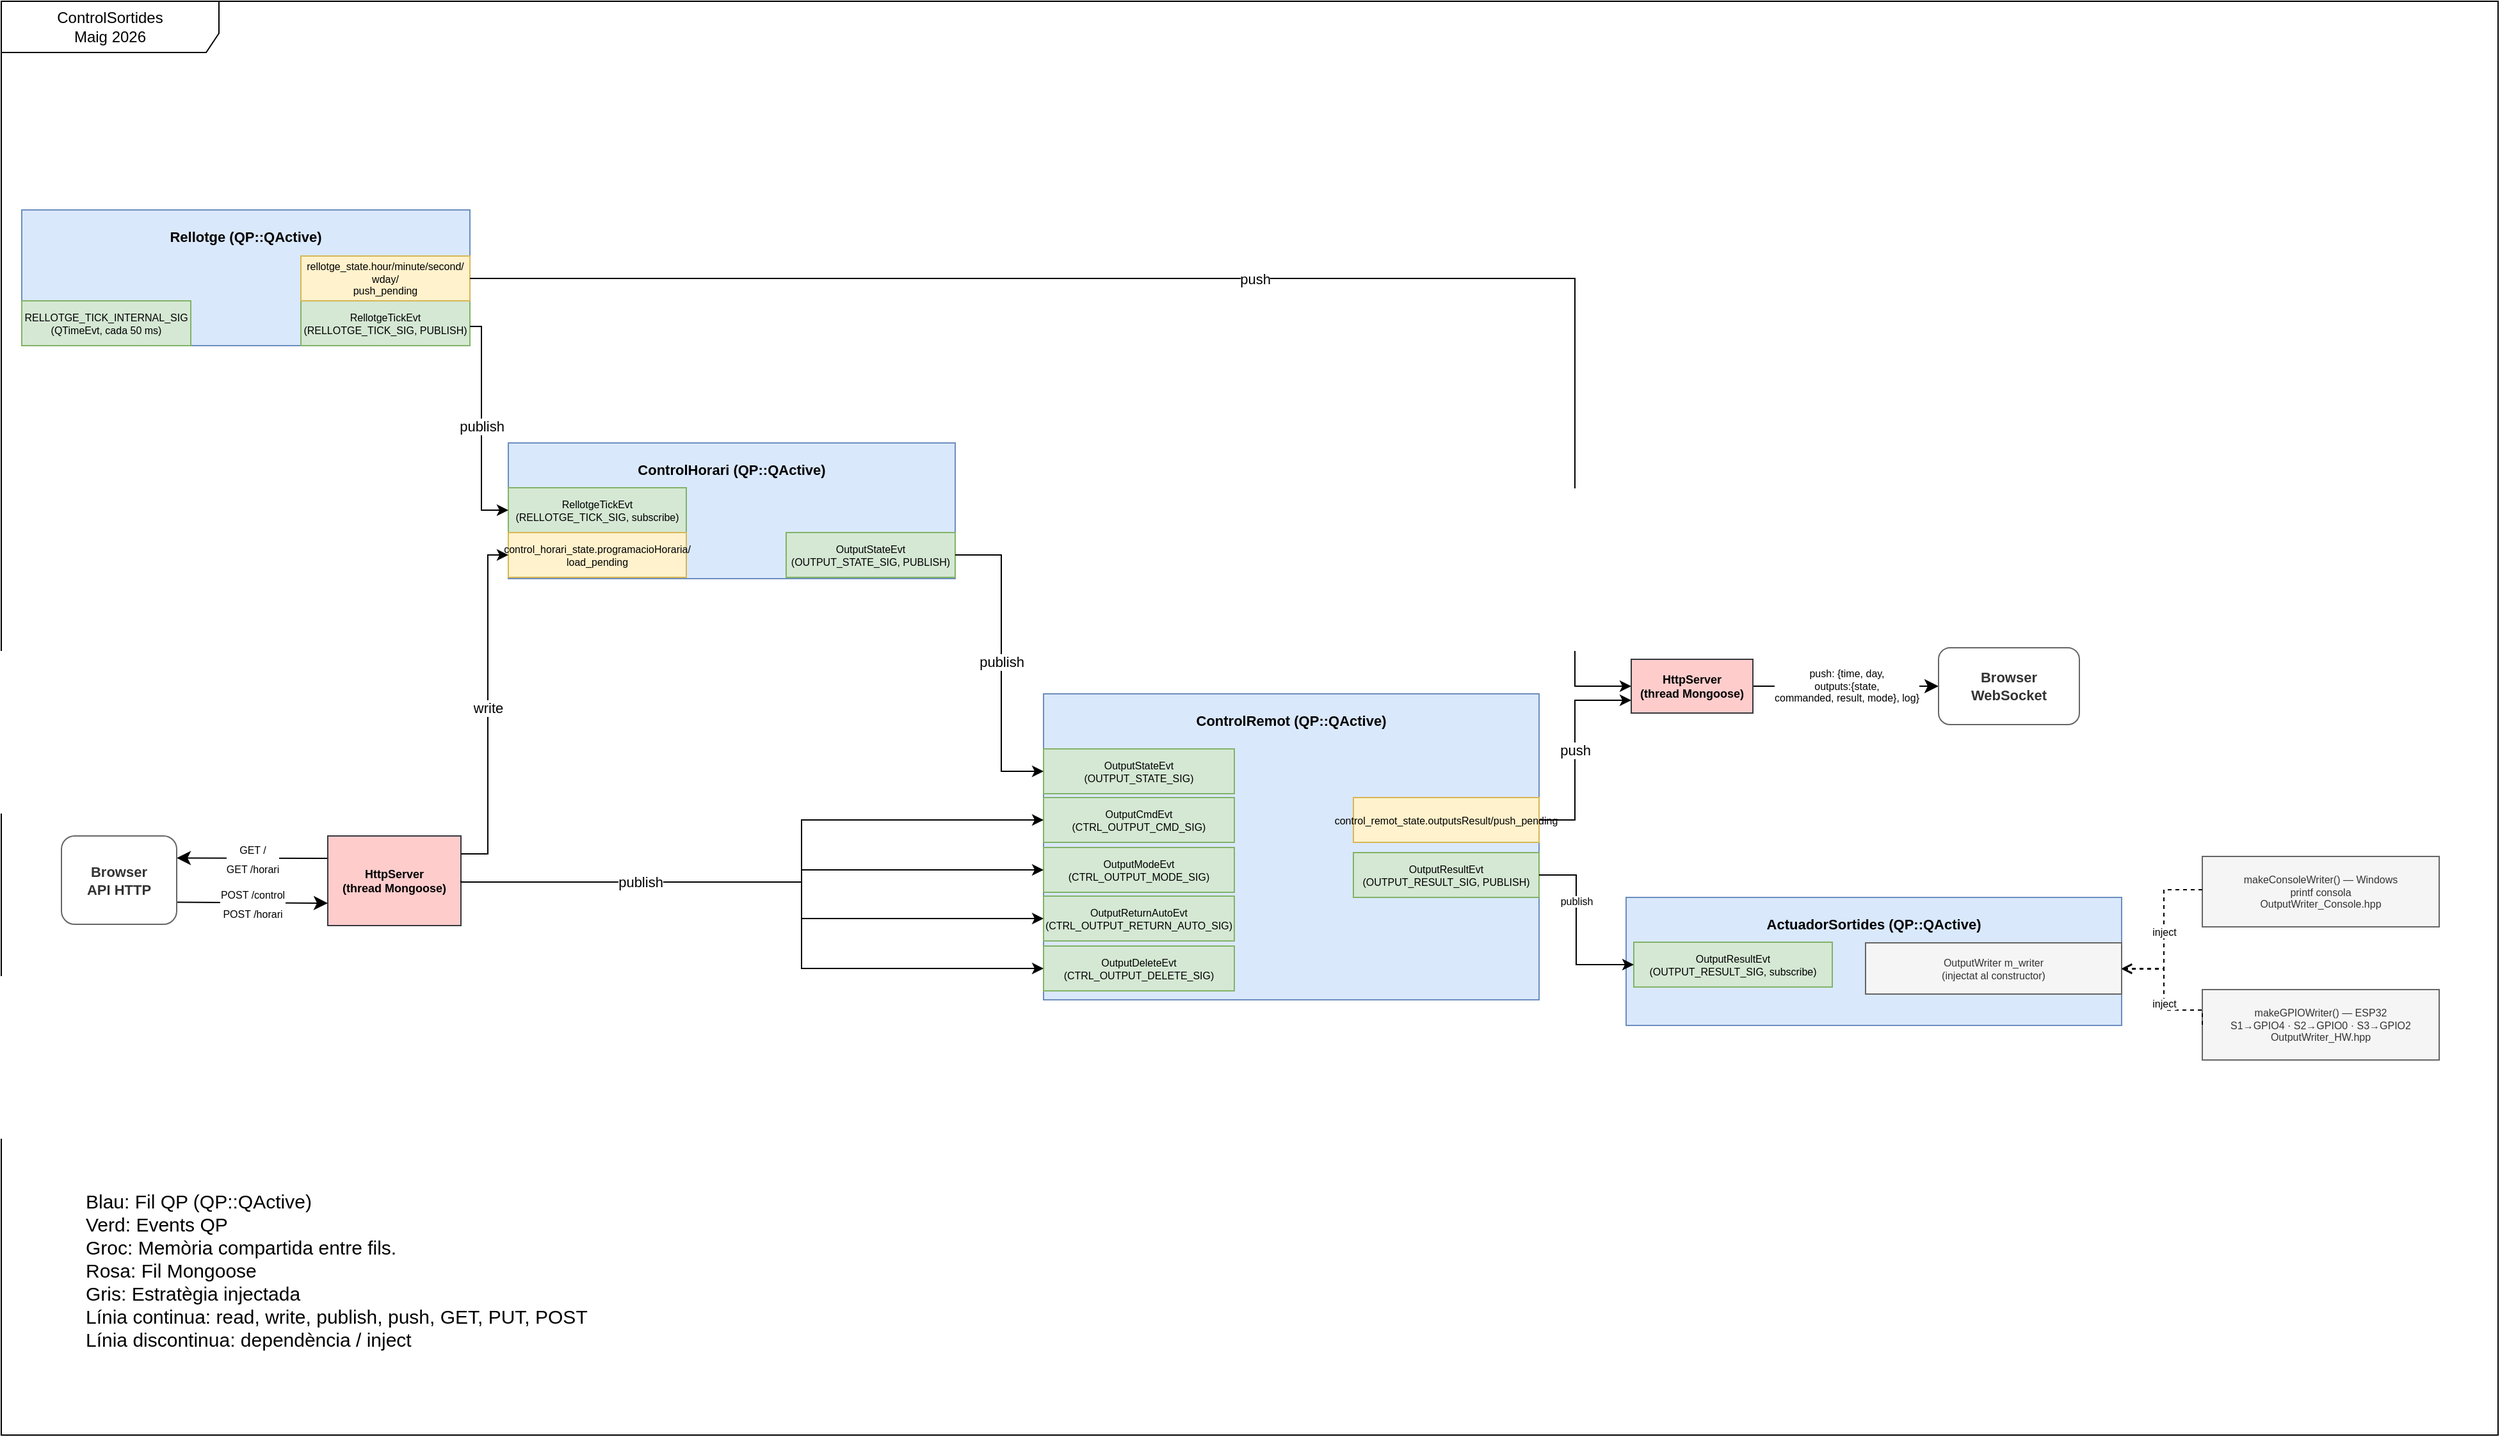
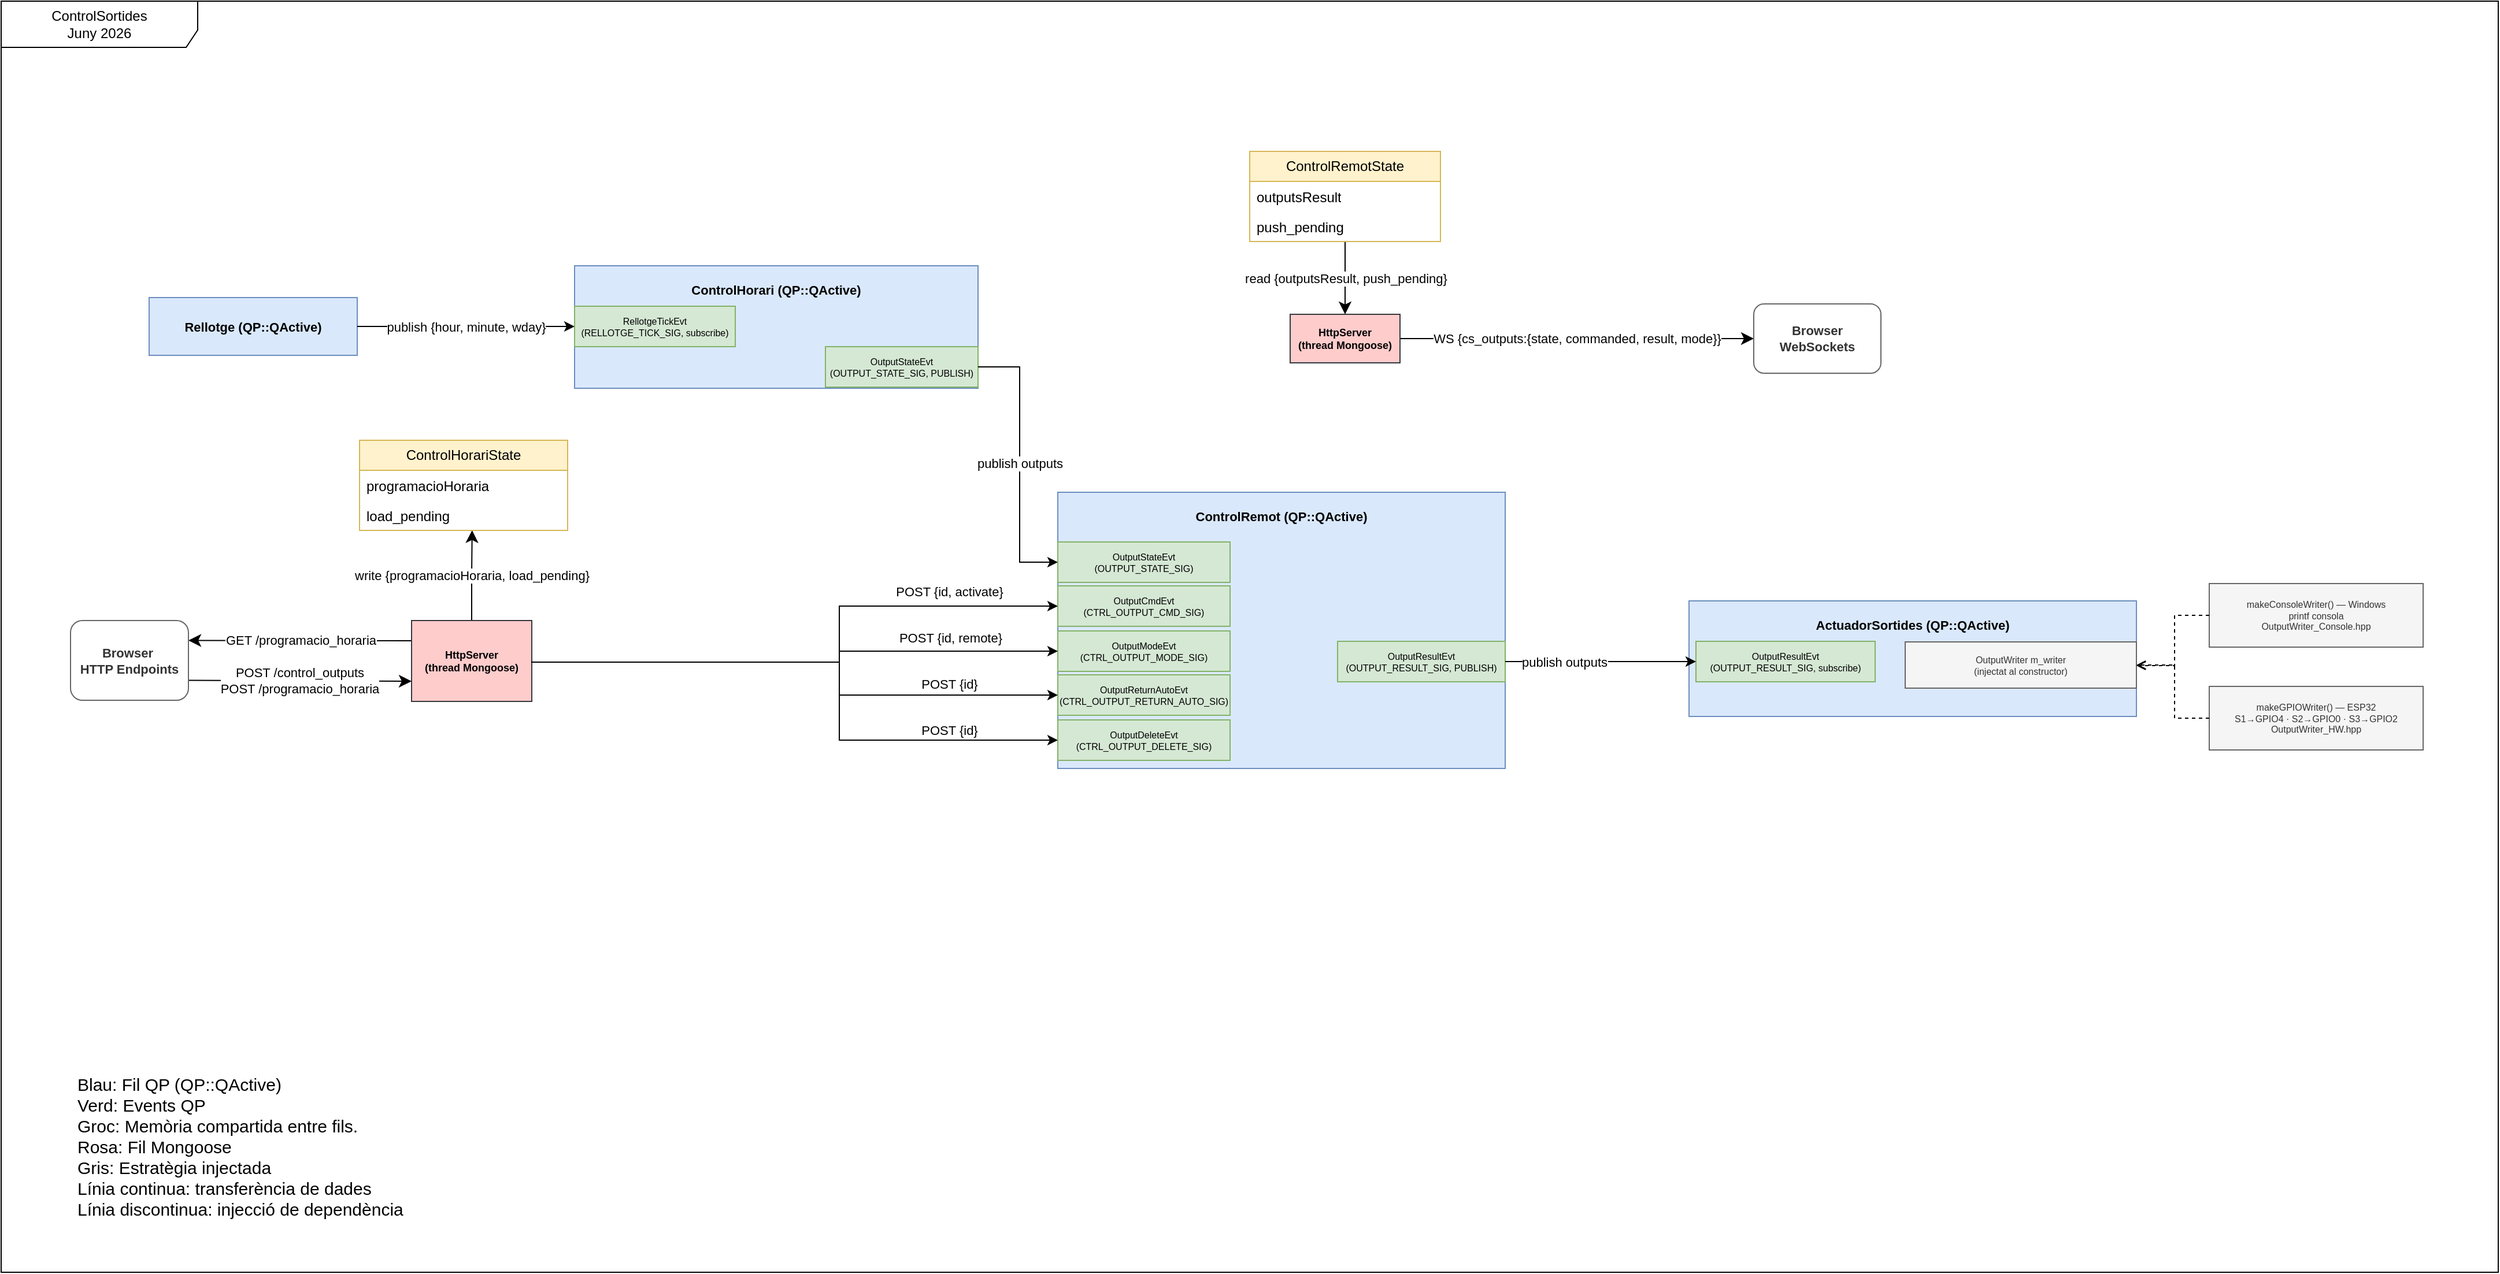
<mxfile host="Electron" agent="Mozilla/5.0 (Windows NT 10.0; Win64; x64) AppleWebKit/537.36 (KHTML, like Gecko) draw.io/28.2.8 Chrome/140.0.7339.240 Electron/38.4.0 Safari/537.36" version="28.2.8">
  <diagram name="ControlRemot" id="controlremot">
-     <mxGraphModel dx="1469" dy="947" grid="1" gridSize="10" guides="1" tooltips="1" connect="1" arrows="1" fold="1" page="1" pageScale="1" pageWidth="2336" pageHeight="1654" math="0" shadow="0">
+     <mxGraphModel dx="2570" dy="1658" grid="1" gridSize="10" guides="1" tooltips="1" connect="1" arrows="1" fold="1" page="1" pageScale="1" pageWidth="2336" pageHeight="1654" math="0" shadow="0">
      <root>
        <mxCell id="0" />
        <mxCell id="1" parent="0" />
-         <mxCell id="hFHh7xch7r8VRYxtVC4N-1" value="&lt;span style=&quot;color: rgb(0, 0, 0); font-family: Helvetica; font-size: 8px; font-style: normal; font-variant-ligatures: normal; font-variant-caps: normal; font-weight: 400; letter-spacing: normal; orphans: 2; text-align: center; text-indent: 0px; text-transform: none; widows: 2; word-spacing: 0px; -webkit-text-stroke-width: 0px; white-space: nowrap; background-color: rgb(255, 255, 255); text-decoration-thickness: initial; text-decoration-style: initial; text-decoration-color: initial; display: inline !important; float: none;&quot;&gt;GET /&lt;/span&gt;&lt;br style=&quot;forced-color-adjust: none; color: rgb(0, 0, 0); font-family: Helvetica; font-size: 8px; font-style: normal; font-variant-ligatures: normal; font-variant-caps: normal; font-weight: 400; letter-spacing: normal; orphans: 2; text-align: center; text-indent: 0px; text-transform: none; widows: 2; word-spacing: 0px; -webkit-text-stroke-width: 0px; white-space: nowrap; text-decoration-thickness: initial; text-decoration-style: initial; text-decoration-color: initial;&quot;&gt;&lt;span style=&quot;color: rgb(0, 0, 0); font-family: Helvetica; font-size: 8px; font-style: normal; font-variant-ligatures: normal; font-variant-caps: normal; font-weight: 400; letter-spacing: normal; orphans: 2; text-align: center; text-indent: 0px; text-transform: none; widows: 2; word-spacing: 0px; -webkit-text-stroke-width: 0px; white-space: nowrap; background-color: rgb(255, 255, 255); text-decoration-thickness: initial; text-decoration-style: initial; text-decoration-color: initial; display: inline !important; float: none;&quot;&gt;GET /horari&lt;/span&gt;" style="edgeStyle=none;curved=1;rounded=0;orthogonalLoop=1;jettySize=auto;html=1;exitX=0;exitY=0.25;exitDx=0;exitDy=0;entryX=1;entryY=0.25;entryDx=0;entryDy=0;fontSize=12;startSize=8;endSize=8;" parent="1" source="http" target="nPEGExYc4R3wSkc33mew-3" edge="1">
+         <mxCell id="hFHh7xch7r8VRYxtVC4N-1" value="&lt;span style=&quot;font-family: Helvetica; font-size: 11px;&quot;&gt;GET /programacio_horaria&lt;/span&gt;" style="edgeStyle=none;curved=1;rounded=0;orthogonalLoop=1;jettySize=auto;html=1;exitX=0;exitY=0.25;exitDx=0;exitDy=0;entryX=1;entryY=0.25;entryDx=0;entryDy=0;startSize=8;endSize=8;fontFamily=Helvetica;fontSize=11" parent="1" source="http" target="nPEGExYc4R3wSkc33mew-3" edge="1">
+           <mxGeometry relative="1" as="geometry" />
+         </mxCell>
+         <mxCell id="hX1N1Huatbx-X40mZiJC-2" value="&lt;span style=&quot;color: rgb(0, 0, 0); font-family: Helvetica; font-size: 11px; font-style: normal; font-variant-ligatures: normal; font-variant-caps: normal; font-weight: 400; letter-spacing: normal; orphans: 2; text-align: center; text-indent: 0px; text-transform: none; widows: 2; word-spacing: 0px; -webkit-text-stroke-width: 0px; white-space: nowrap; background-color: rgb(255, 255, 255); text-decoration-thickness: initial; text-decoration-style: initial; text-decoration-color: initial; display: inline !important; float: none;&quot;&gt;write {programacioHoraria, load_pending}&lt;/span&gt;" style="edgeStyle=orthogonalEdgeStyle;rounded=0;orthogonalLoop=1;jettySize=auto;html=1;exitX=0.5;exitY=0;exitDx=0;exitDy=0;startSize=8;endSize=8;entryX=0.541;entryY=0.994;entryDx=0;entryDy=0;entryPerimeter=0;fontFamily=Helvetica;fontSize=11" parent="1" source="http" target="ch_reload_f2" edge="1">
          <mxGeometry relative="1" as="geometry" />
        </mxCell>
        <mxCell id="http" value="HttpServer&#xa;(thread Mongoose)" style="rounded=0;whiteSpace=wrap;html=1;fillColor=#ffcccc;strokeColor=#36393d;fontSize=9;fontStyle=1" parent="1" vertex="1">
          <mxGeometry x="435" y="806" width="104" height="70" as="geometry" />
        </mxCell>
-         <mxCell id="nPEGExYc4R3wSkc33mew-6" value="push: {time, day,&lt;br&gt;outputs:{state,&lt;br&gt;commanded, result, mode}, log}" style="edgeStyle=none;curved=1;rounded=0;orthogonalLoop=1;jettySize=auto;html=1;exitX=1;exitY=0.5;exitDx=0;exitDy=0;fontSize=8;startSize=8;endSize=8;startArrow=none;startFill=0;" parent="1" source="ws" target="nPEGExYc4R3wSkc33mew-5" edge="1">
+         <mxCell id="nPEGExYc4R3wSkc33mew-6" value="WS {cs_outputs:{state, commanded, result, mode}}" style="edgeStyle=none;curved=1;rounded=0;orthogonalLoop=1;jettySize=auto;html=1;exitX=1;exitY=0.5;exitDx=0;exitDy=0;startSize=8;endSize=8;startArrow=none;startFill=0;fontFamily=Helvetica;fontSize=11" parent="1" source="ws" target="nPEGExYc4R3wSkc33mew-5" edge="1">
          <mxGeometry relative="1" as="geometry" />
        </mxCell>
        <mxCell id="ws" value="HttpServer&lt;br&gt;(thread Mongoose)" style="rounded=0;whiteSpace=wrap;html=1;fillColor=#ffcccc;strokeColor=#36393d;fontSize=9;fontStyle=1" parent="1" vertex="1">
-           <mxGeometry x="1453" y="668" width="95" height="42" as="geometry" />
+           <mxGeometry x="1195" y="541" width="95" height="42" as="geometry" />
        </mxCell>
        <mxCell id="ch" value="ControlHorari (QP::QActive)" style="rounded=0;whiteSpace=wrap;html=1;fillColor=#dae8fc;strokeColor=#6c8ebf;fontSize=11;fontStyle=1;verticalAlign=top;spacingTop=8" parent="1" vertex="1">
          <mxGeometry x="576" y="499" width="349" height="106" as="geometry" />
        </mxCell>
        <mxCell id="ch_tick" value="RellotgeTickEvt&#xa;(RELLOTGE_TICK_SIG, subscribe)" style="rounded=0;whiteSpace=wrap;html=1;fillColor=#d5e8d4;strokeColor=#82b366;fontSize=8" parent="1" vertex="1">
          <mxGeometry x="576" y="534" width="139" height="35" as="geometry" />
        </mxCell>
-         <mxCell id="ch_reload" value="control_horari_state.programacioHoraria/&lt;div&gt;load_pending&lt;/div&gt;" style="rounded=0;whiteSpace=wrap;html=1;fillColor=#fff2cc;strokeColor=#d6b656;fontSize=8" parent="1" vertex="1">
-           <mxGeometry x="576" y="569" width="139" height="35" as="geometry" />
+         <mxCell id="ch_reload" value="ControlHorariState" style="swimlane;fontStyle=0;childLayout=stackLayout;horizontal=1;startSize=26;fillColor=#fff2cc;horizontalStack=0;resizeParent=1;resizeParentMax=0;resizeLast=0;collapsible=0;marginBottom=0;whiteSpace=wrap;html=1;strokeColor=#d6b656;" parent="1" vertex="1">
+           <mxGeometry x="390" y="650" width="180" height="78" as="geometry" />
+         </mxCell>
+         <mxCell id="ch_reload_f1" value="programacioHoraria" style="text;strokeColor=none;fillColor=none;align=left;verticalAlign=top;spacingLeft=4;spacingRight=4;overflow=hidden;rotatable=0;points=[[0,0.5],[1,0.5]];portConstraint=eastwest;whiteSpace=wrap;html=1;" parent="ch_reload" vertex="1">
+           <mxGeometry y="26" width="180" height="26" as="geometry" />
+         </mxCell>
+         <mxCell id="ch_reload_f2" value="load_pending" style="text;strokeColor=none;fillColor=none;align=left;verticalAlign=top;spacingLeft=4;spacingRight=4;overflow=hidden;rotatable=0;points=[[0,0.5],[1,0.5]];portConstraint=eastwest;whiteSpace=wrap;html=1;" parent="ch_reload" vertex="1">
+           <mxGeometry y="52" width="180" height="26" as="geometry" />
        </mxCell>
        <mxCell id="ch_out_io" value="OutputStateEvt&#xa;(OUTPUT_STATE_SIG, PUBLISH)" style="rounded=0;whiteSpace=wrap;html=1;fillColor=#d5e8d4;strokeColor=#82b366;fontSize=8" parent="1" vertex="1">
          <mxGeometry x="793" y="569" width="132" height="35" as="geometry" />
        </mxCell>
-         <mxCell id="rl" value="Rellotge (QP::QActive)" style="rounded=0;whiteSpace=wrap;html=1;fillColor=#dae8fc;strokeColor=#6c8ebf;fontSize=11;fontStyle=1;verticalAlign=top;spacingTop=8" parent="1" vertex="1">
-           <mxGeometry x="196" y="317" width="350" height="106" as="geometry" />
-         </mxCell>
-         <mxCell id="rl_tick" value="RELLOTGE_TICK_INTERNAL_SIG&#xa;(QTimeEvt, cada 50 ms)" style="rounded=0;whiteSpace=wrap;html=1;fillColor=#d5e8d4;strokeColor=#82b366;fontSize=8" parent="1" vertex="1">
-           <mxGeometry x="196" y="388" width="132" height="35" as="geometry" />
-         </mxCell>
-         <mxCell id="rl_out_pub" value="RellotgeTickEvt&#xa;(RELLOTGE_TICK_SIG, PUBLISH)" style="rounded=0;whiteSpace=wrap;html=1;fillColor=#d5e8d4;strokeColor=#82b366;fontSize=8" parent="1" vertex="1">
-           <mxGeometry x="414" y="388" width="132" height="35" as="geometry" />
-         </mxCell>
-         <mxCell id="rl_out_ss" value="rellotge_state.hour/minute/second/&lt;div&gt;wday/&lt;div&gt;push_pending&lt;/div&gt;&lt;/div&gt;" style="rounded=0;whiteSpace=wrap;html=1;fillColor=#fff2cc;strokeColor=#d6b656;fontSize=8" parent="1" vertex="1">
-           <mxGeometry x="414" y="353" width="132" height="35" as="geometry" />
+         <mxCell id="rl" value="Rellotge (QP::QActive)" style="rounded=0;whiteSpace=wrap;html=1;fillColor=#dae8fc;strokeColor=#6c8ebf;fontSize=11;fontStyle=1;" parent="1" vertex="1">
+           <mxGeometry x="208" y="526.5" width="180" height="50" as="geometry" />
        </mxCell>
        <mxCell id="cr" value="ControlRemot (QP::QActive)" style="rounded=0;whiteSpace=wrap;html=1;fillColor=#dae8fc;strokeColor=#6c8ebf;fontSize=11;fontStyle=1;verticalAlign=top;spacingTop=8" parent="1" vertex="1">
          <mxGeometry x="994" y="695" width="387" height="239" as="geometry" />
        </mxCell>
        <mxCell id="in_io" value="OutputStateEvt&#xa;(OUTPUT_STATE_SIG)" style="rounded=0;whiteSpace=wrap;html=1;fillColor=#d5e8d4;strokeColor=#82b366;fontSize=8" parent="1" vertex="1">
          <mxGeometry x="994" y="738" width="149" height="35" as="geometry" />
        </mxCell>
        <mxCell id="in_cmd" value="OutputCmdEvt&#xa;(CTRL_OUTPUT_CMD_SIG)" style="rounded=0;whiteSpace=wrap;html=1;fillColor=#d5e8d4;strokeColor=#82b366;fontSize=8" parent="1" vertex="1">
          <mxGeometry x="994" y="776" width="149" height="35" as="geometry" />
        </mxCell>
        <mxCell id="in_mode" value="OutputModeEvt&#xa;(CTRL_OUTPUT_MODE_SIG)" style="rounded=0;whiteSpace=wrap;html=1;fillColor=#d5e8d4;strokeColor=#82b366;fontSize=8" parent="1" vertex="1">
          <mxGeometry x="994" y="815" width="149" height="35" as="geometry" />
        </mxCell>
        <mxCell id="in_ret" value="OutputReturnAutoEvt&#xa;(CTRL_OUTPUT_RETURN_AUTO_SIG)" style="rounded=0;whiteSpace=wrap;html=1;fillColor=#d5e8d4;strokeColor=#82b366;fontSize=8" parent="1" vertex="1">
          <mxGeometry x="994" y="853" width="149" height="35" as="geometry" />
        </mxCell>
        <mxCell id="in_del" value="OutputDeleteEvt&#xa;(CTRL_OUTPUT_DELETE_SIG)" style="rounded=0;whiteSpace=wrap;html=1;fillColor=#d5e8d4;strokeColor=#82b366;fontSize=8" parent="1" vertex="1">
          <mxGeometry x="994" y="892" width="149" height="35" as="geometry" />
        </mxCell>
        <mxCell id="out_pub" value="OutputResultEvt&#xa;(OUTPUT_RESULT_SIG, PUBLISH)" style="rounded=0;whiteSpace=wrap;html=1;fillColor=#d5e8d4;strokeColor=#82b366;fontSize=8" parent="1" vertex="1">
-           <mxGeometry x="1236" y="819" width="145" height="35" as="geometry" />
+           <mxGeometry x="1236" y="824" width="145" height="35" as="geometry" />
        </mxCell>
-         <mxCell id="out_ss" value="control_remot_state.outputsResult/push_pending" style="rounded=0;whiteSpace=wrap;html=1;fillColor=#fff2cc;strokeColor=#d6b656;fontSize=8" parent="1" vertex="1">
-           <mxGeometry x="1236" y="776" width="145" height="35" as="geometry" />
+         <mxCell id="hX1N1Huatbx-X40mZiJC-3" value="&lt;span style=&quot;font-size: 11px;&quot;&gt;read {outputsResult, push_pending}&lt;/span&gt;" style="edgeStyle=orthogonalEdgeStyle;rounded=0;orthogonalLoop=1;jettySize=auto;html=1;entryX=0.5;entryY=0;entryDx=0;entryDy=0;startSize=8;endSize=8;fontFamily=Helvetica;fontSize=11" parent="1" source="out_ss" target="ws" edge="1">
+           <mxGeometry relative="1" as="geometry" />
        </mxCell>
-         <mxCell id="e1" style="edgeStyle=orthogonalEdgeStyle;rounded=0;html=1;exitX=1;exitY=0.5;entryX=0;entryY=0.5" parent="1" source="http" target="in_cmd" edge="1">
-           <mxGeometry relative="1" as="geometry">
+         <mxCell id="out_ss" value="ControlRemotState" style="swimlane;fontStyle=0;childLayout=stackLayout;horizontal=1;startSize=26;fillColor=#fff2cc;horizontalStack=0;resizeParent=1;resizeParentMax=0;resizeLast=0;collapsible=0;marginBottom=0;whiteSpace=wrap;html=1;strokeColor=#d6b656;" parent="1" vertex="1">
+           <mxGeometry x="1160" y="400" width="165" height="78" as="geometry" />
+         </mxCell>
+         <mxCell id="out_ss_f1" value="outputsResult" style="text;strokeColor=none;fillColor=none;align=left;verticalAlign=top;spacingLeft=4;spacingRight=4;overflow=hidden;rotatable=0;points=[[0,0.5],[1,0.5]];portConstraint=eastwest;whiteSpace=wrap;html=1;" parent="out_ss" vertex="1">
+           <mxGeometry y="26" width="165" height="26" as="geometry" />
+         </mxCell>
+         <mxCell id="out_ss_f2" value="push_pending" style="text;strokeColor=none;fillColor=none;align=left;verticalAlign=top;spacingLeft=4;spacingRight=4;overflow=hidden;rotatable=0;points=[[0,0.5],[1,0.5]];portConstraint=eastwest;whiteSpace=wrap;html=1;" parent="out_ss" vertex="1">
+           <mxGeometry y="52" width="165" height="26" as="geometry" />
+         </mxCell>
+         <mxCell id="e1" value="POST {id, activate}" style="edgeStyle=orthogonalEdgeStyle;rounded=0;html=1;exitX=1;exitY=0.5;entryX=0;entryY=0.5;fontFamily=Helvetica;fontSize=11" parent="1" source="http" target="in_cmd" edge="1">
+           <mxGeometry x="0.6274" y="14" relative="1" as="geometry">
            <Array as="points">
              <mxPoint x="805" y="842" />
              <mxPoint x="805" y="794" />
            </Array>
+             <mxPoint y="1" as="offset" />
          </mxGeometry>
        </mxCell>
-         <mxCell id="e2" style="edgeStyle=orthogonalEdgeStyle;rounded=0;html=1;exitX=1;exitY=0.5;entryX=0;entryY=0.5" parent="1" source="http" target="in_mode" edge="1">
-           <mxGeometry relative="1" as="geometry">
+         <mxCell id="e2" value="POST {id, remote}" style="edgeStyle=orthogonalEdgeStyle;rounded=0;html=1;exitX=1;exitY=0.5;entryX=0;entryY=0.5;fontFamily=Helvetica;fontSize=11" parent="1" source="http" target="in_mode" edge="1">
+           <mxGeometry x="0.5961" y="13" relative="1" as="geometry">
            <Array as="points">
              <mxPoint x="805" y="842" />
              <mxPoint x="805" y="832" />
            </Array>
+             <mxPoint x="1" y="1" as="offset" />
          </mxGeometry>
        </mxCell>
-         <mxCell id="e3" style="edgeStyle=orthogonalEdgeStyle;rounded=0;html=1;exitX=1;exitY=0.5;entryX=0;entryY=0.5" parent="1" source="http" target="in_ret" edge="1">
-           <mxGeometry relative="1" as="geometry">
+         <mxCell id="e3" value="POST {id}" style="edgeStyle=orthogonalEdgeStyle;rounded=0;html=1;exitX=1;exitY=0.5;entryX=0;entryY=0.5;fontFamily=Helvetica;fontSize=11" parent="1" source="http" target="in_ret" edge="1">
+           <mxGeometry x="0.612" y="-29" relative="1" as="geometry">
            <Array as="points">
              <mxPoint x="539" y="842" />
              <mxPoint x="805" y="842" />
              <mxPoint x="805" y="871" />
            </Array>
+             <mxPoint y="1" as="offset" />
          </mxGeometry>
        </mxCell>
-         <mxCell id="e4" value="publish" style="edgeStyle=orthogonalEdgeStyle;rounded=0;html=1;exitX=1;exitY=0.5;entryX=0;entryY=0.5" parent="1" source="http" target="in_del" edge="1">
-           <mxGeometry x="-0.4614" relative="1" as="geometry">
+         <mxCell id="e4" value="POST {id}" style="edgeStyle=orthogonalEdgeStyle;rounded=0;html=1;exitX=1;exitY=0.5;entryX=0;entryY=0.5;fontFamily=Helvetica;fontSize=11" parent="1" source="http" target="in_del" edge="1">
+           <mxGeometry x="0.6409" y="50" relative="1" as="geometry">
            <Array as="points">
              <mxPoint x="539" y="842" />
              <mxPoint x="805" y="842" />
              <mxPoint x="805" y="909" />
            </Array>
-             <mxPoint as="offset" />
+             <mxPoint y="1" as="offset" />
          </mxGeometry>
        </mxCell>
-         <mxCell id="e5" value="push" style="edgeStyle=orthogonalEdgeStyle;rounded=0;html=1;exitX=1;exitY=0.5;entryX=0;entryY=0.75;entryDx=0;entryDy=0;" parent="1" source="out_ss" target="ws" edge="1">
-           <mxGeometry relative="1" as="geometry">
-             <Array as="points">
-               <mxPoint x="1409" y="794" />
-               <mxPoint x="1409" y="700" />
-               <mxPoint x="1453" y="700" />
-             </Array>
-           </mxGeometry>
-         </mxCell>
-         <mxCell id="e6" value="write" style="edgeStyle=orthogonalEdgeStyle;rounded=0;html=1;exitX=1;exitY=0.2;entryX=0;entryY=0.5" parent="1" source="http" target="ch_reload" edge="1">
-           <mxGeometry relative="1" as="geometry">
-             <Array as="points">
-               <mxPoint x="560" y="820" />
-               <mxPoint x="560" y="587" />
-             </Array>
-           </mxGeometry>
-         </mxCell>
-         <mxCell id="e7" value="publish" style="edgeStyle=orthogonalEdgeStyle;rounded=0;html=1;exitX=1;exitY=0.5;entryX=0;entryY=0.5;entryDx=0;entryDy=0;" parent="1" source="ch_out_io" target="in_io" edge="1">
+         <mxCell id="e7" value="publish outputs" style="edgeStyle=orthogonalEdgeStyle;rounded=0;html=1;exitX=1;exitY=0.5;entryX=0;entryY=0.5;entryDx=0;entryDy=0;fontFamily=Helvetica;fontSize=11" parent="1" source="ch_out_io" target="in_io" edge="1">
          <mxGeometry relative="1" as="geometry">
            <Array as="points">
              <mxPoint x="961" y="587" />
              <mxPoint x="961" y="755" />
            </Array>
          </mxGeometry>
        </mxCell>
-         <mxCell id="e10" value="publish" style="edgeStyle=orthogonalEdgeStyle;rounded=0;html=1;entryX=0;entryY=0.5;entryDx=0;entryDy=0;" parent="1" source="rl_out_pub" target="ch_tick" edge="1">
-           <mxGeometry relative="1" as="geometry">
-             <Array as="points">
-               <mxPoint x="555" y="408" />
-               <mxPoint x="555" y="552" />
-             </Array>
-           </mxGeometry>
-         </mxCell>
-         <mxCell id="e8" value="push" style="edgeStyle=orthogonalEdgeStyle;rounded=0;html=1;exitX=1;exitY=0.5;entryX=0;entryY=0.5;entryDx=0;entryDy=0;" parent="1" source="rl_out_ss" target="ws" edge="1">
-           <mxGeometry relative="1" as="geometry">
-             <Array as="points">
-               <mxPoint x="1409" y="371" />
-               <mxPoint x="1409" y="689" />
-             </Array>
-           </mxGeometry>
-         </mxCell>
-         <mxCell id="hFHh7xch7r8VRYxtVC4N-2" value="&lt;span style=&quot;color: rgb(0, 0, 0); font-family: Helvetica; font-size: 8px; font-style: normal; font-variant-ligatures: normal; font-variant-caps: normal; font-weight: 400; letter-spacing: normal; orphans: 2; text-align: center; text-indent: 0px; text-transform: none; widows: 2; word-spacing: 0px; -webkit-text-stroke-width: 0px; white-space: nowrap; background-color: rgb(255, 255, 255); text-decoration-thickness: initial; text-decoration-style: initial; text-decoration-color: initial; display: inline !important; float: none;&quot;&gt;POST /control&lt;/span&gt;&lt;div&gt;&lt;span style=&quot;font-size: 8px;&quot;&gt;POST /horari&lt;/span&gt;&lt;/div&gt;" style="edgeStyle=none;curved=1;rounded=0;orthogonalLoop=1;jettySize=auto;html=1;exitX=1;exitY=0.75;exitDx=0;exitDy=0;entryX=0;entryY=0.75;entryDx=0;entryDy=0;fontSize=12;startSize=8;endSize=8;" parent="1" source="nPEGExYc4R3wSkc33mew-3" target="http" edge="1">
+         <mxCell id="e10" value="publish {hour, minute, wday}" style="edgeStyle=orthogonalEdgeStyle;rounded=0;html=1;exitX=1;exitY=0.5;exitDx=0;exitDy=0;entryX=0;entryY=0.5;entryDx=0;entryDy=0;fontFamily=Helvetica;fontSize=11" parent="1" source="rl" target="ch_tick" edge="1">
          <mxGeometry relative="1" as="geometry" />
        </mxCell>
-         <mxCell id="nPEGExYc4R3wSkc33mew-3" value="&lt;b&gt;Browser&lt;/b&gt;&lt;div&gt;&lt;b&gt;API HTTP&lt;/b&gt;&lt;/div&gt;" style="rounded=1;whiteSpace=wrap;html=1;fillColor=#ffffff;strokeColor=#666666;fontColor=#333333;fontSize=11;" parent="1" vertex="1">
-           <mxGeometry x="227" y="806" width="90" height="69" as="geometry" />
+         <mxCell id="hFHh7xch7r8VRYxtVC4N-2" value="&lt;span style=&quot;font-size: 11px;&quot;&gt;POST /control_outputs&lt;br&gt;POST /programacio_horaria&lt;/span&gt;" style="edgeStyle=none;curved=1;rounded=0;orthogonalLoop=1;jettySize=auto;html=1;exitX=1;exitY=0.75;exitDx=0;exitDy=0;entryX=0;entryY=0.75;entryDx=0;entryDy=0;startSize=8;endSize=8;fontFamily=Helvetica;fontSize=11" parent="1" source="nPEGExYc4R3wSkc33mew-3" target="http" edge="1">
+           <mxGeometry relative="1" as="geometry" />
        </mxCell>
-         <mxCell id="nPEGExYc4R3wSkc33mew-5" value="&lt;b&gt;Browser&lt;/b&gt;&lt;div&gt;&lt;b&gt;WebSocket&lt;/b&gt;&lt;/div&gt;" style="rounded=1;whiteSpace=wrap;html=1;fillColor=#ffffff;strokeColor=#666666;fontColor=#333333;fontSize=11;" parent="1" vertex="1">
-           <mxGeometry x="1693" y="659" width="110" height="60" as="geometry" />
+         <mxCell id="nPEGExYc4R3wSkc33mew-3" value="&lt;b&gt;Browser&amp;nbsp;&lt;/b&gt;&lt;div&gt;&lt;b&gt;HTTP Endpoints&lt;/b&gt;&lt;/div&gt;" style="rounded=1;whiteSpace=wrap;html=1;fillColor=#ffffff;strokeColor=#666666;fontColor=#333333;fontSize=11;" parent="1" vertex="1">
+           <mxGeometry x="140" y="806" width="102" height="69" as="geometry" />
        </mxCell>
-         <mxCell id="jaKRlGInz0ltfFADGkvu-5" value="ControlSortides&lt;div&gt;Maig 2026&lt;/div&gt;" style="shape=umlFrame;whiteSpace=wrap;html=1;pointerEvents=0;recursiveResize=0;container=1;collapsible=0;width=170;height=40;" parent="1" vertex="1">
-           <mxGeometry x="180" y="154" width="1950" height="1120" as="geometry" />
+         <mxCell id="nPEGExYc4R3wSkc33mew-5" value="&lt;b&gt;Browser WebSockets&lt;/b&gt;" style="rounded=1;whiteSpace=wrap;html=1;fillColor=#ffffff;strokeColor=#666666;fontColor=#333333;fontSize=11;" parent="1" vertex="1">
+           <mxGeometry x="1596" y="532" width="110" height="60" as="geometry" />
        </mxCell>
-         <mxCell id="IJb5zE0oGNF-HTFJebx6-1" value="&lt;div&gt;&lt;font style=&quot;font-size: 15px;&quot;&gt;Blau: Fil QP (QP::QActive)&lt;/font&gt;&lt;/div&gt;&lt;div&gt;&lt;font style=&quot;font-size: 15px;&quot;&gt;Verd: Events QP&lt;/font&gt;&lt;/div&gt;&lt;div&gt;&lt;span style=&quot;font-size: 15px;&quot;&gt;Groc: Memòria compartida entre fils.&lt;/span&gt;&lt;/div&gt;&lt;div&gt;&lt;font style=&quot;font-size: 15px;&quot;&gt;Rosa: Fil Mongoose&lt;/font&gt;&lt;/div&gt;&lt;div&gt;&lt;font style=&quot;font-size: 15px;&quot;&gt;Gris: Estratègia injectada&lt;/font&gt;&lt;/div&gt;&lt;div&gt;&lt;font style=&quot;font-size: 15px;&quot;&gt;Línia continua: read, write, publish, push, GET, PUT, POST&lt;/font&gt;&lt;/div&gt;&lt;div&gt;&lt;font style=&quot;font-size: 15px;&quot;&gt;Línia discontinua: dependència / inject&lt;/font&gt;&lt;/div&gt;" style="text;strokeColor=none;fillColor=none;align=left;verticalAlign=middle;spacingLeft=4;spacingRight=4;overflow=hidden;whiteSpace=wrap;html=1;" parent="jaKRlGInz0ltfFADGkvu-5" vertex="1">
+         <mxCell id="jaKRlGInz0ltfFADGkvu-5" value="ControlSortides&lt;div&gt;Juny 2026&lt;/div&gt;" style="shape=umlFrame;whiteSpace=wrap;html=1;pointerEvents=0;recursiveResize=0;container=1;collapsible=0;width=170;height=40;" parent="1" vertex="1">
+           <mxGeometry x="80" y="270" width="2160" height="1100" as="geometry" />
+         </mxCell>
+         <mxCell id="IJb5zE0oGNF-HTFJebx6-1" value="&lt;div&gt;&lt;font style=&quot;font-size: 15px;&quot;&gt;Blau: Fil QP (QP::QActive)&lt;/font&gt;&lt;/div&gt;&lt;div&gt;&lt;font style=&quot;font-size: 15px;&quot;&gt;Verd: Events QP&lt;/font&gt;&lt;/div&gt;&lt;div&gt;&lt;font style=&quot;font-size: 15px;&quot;&gt;Groc: Memòria compartida entre fils.&lt;/font&gt;&lt;/div&gt;&lt;div&gt;&lt;font style=&quot;font-size: 15px;&quot;&gt;Rosa: Fil Mongoose&lt;/font&gt;&lt;/div&gt;&lt;div&gt;&lt;font style=&quot;font-size: 15px;&quot;&gt;Gris: Estratègia injectada&lt;/font&gt;&lt;/div&gt;&lt;div&gt;&lt;font style=&quot;font-size: 15px;&quot;&gt;Línia continua: transferència de dades&lt;/font&gt;&lt;/div&gt;&lt;div&gt;&lt;font style=&quot;font-size: 15px;&quot;&gt;Línia discontinua: injecció de dependència&lt;/font&gt;&lt;/div&gt;" style="text;strokeColor=none;fillColor=none;align=left;verticalAlign=middle;spacingLeft=4;spacingRight=4;overflow=hidden;whiteSpace=wrap;html=1;" parent="jaKRlGInz0ltfFADGkvu-5" vertex="1">
          <mxGeometry x="60" y="926" width="430" height="130" as="geometry" />
        </mxCell>
        <mxCell id="as" value="ActuadorSortides (QP::QActive)" style="rounded=0;whiteSpace=wrap;html=1;fillColor=#dae8fc;strokeColor=#6c8ebf;fontSize=11;fontStyle=1;verticalAlign=top;spacingTop=8" parent="1" vertex="1">
-           <mxGeometry x="1449" y="854" width="387" height="100" as="geometry" />
+           <mxGeometry x="1540" y="789" width="387" height="100" as="geometry" />
        </mxCell>
        <mxCell id="as_in" value="OutputResultEvt&#xa;(OUTPUT_RESULT_SIG, subscribe)" style="rounded=0;whiteSpace=wrap;html=1;fillColor=#d5e8d4;strokeColor=#82b366;fontSize=8" parent="1" vertex="1">
-           <mxGeometry x="1455" y="889" width="155" height="35" as="geometry" />
+           <mxGeometry x="1546" y="824" width="155" height="35" as="geometry" />
        </mxCell>
        <mxCell id="as_gpio" value="OutputWriter m_writer&#xa;(injectat al constructor)" style="rounded=0;whiteSpace=wrap;html=1;fillColor=#f5f5f5;strokeColor=#666666;fontColor=#333333;fontSize=8" parent="1" vertex="1">
-           <mxGeometry x="1636" y="889.5" width="200" height="40" as="geometry" />
+           <mxGeometry x="1727" y="824.5" width="200" height="40" as="geometry" />
        </mxCell>
-         <mxCell id="e_as" value="publish" style="edgeStyle=orthogonalEdgeStyle;rounded=0;html=1;exitX=1;exitY=0.5;exitDx=0;exitDy=0;entryX=0;entryY=0.5;entryDx=0;entryDy=0;fontSize=8;" parent="1" source="out_pub" target="as_in" edge="1">
-           <mxGeometry x="-0.3175" relative="1" as="geometry">
+         <mxCell id="e_as" value="publish outputs" style="edgeStyle=orthogonalEdgeStyle;rounded=0;html=1;exitX=1;exitY=0.5;exitDx=0;exitDy=0;entryX=0;entryY=0.5;entryDx=0;entryDy=0;fontFamily=Helvetica;fontSize=11" parent="1" source="out_pub" target="as_in" edge="1">
+           <mxGeometry x="-0.3157" relative="1" as="geometry">
            <Array as="points">
              <mxPoint x="1410" y="837" />
-               <mxPoint x="1410" y="907" />
+               <mxPoint x="1410" y="842" />
+               <mxPoint x="1466" y="842" />
            </Array>
            <mxPoint as="offset" />
          </mxGeometry>
        </mxCell>
        <mxCell id="ow_hw" value="makeGPIOWriter() — ESP32&#xa;S1→GPIO4 · S2→GPIO0 · S3→GPIO2&#xa;OutputWriter_HW.hpp" style="rounded=0;whiteSpace=wrap;html=1;fillColor=#f5f5f5;strokeColor=#666666;fontColor=#333333;fontSize=8" parent="1" vertex="1">
-           <mxGeometry x="1899" y="926" width="185" height="55" as="geometry" />
+           <mxGeometry x="1990" y="863" width="185" height="55" as="geometry" />
        </mxCell>
        <mxCell id="ow_console" value="makeConsoleWriter() — Windows&#xa;printf consola&#xa;OutputWriter_Console.hpp" style="rounded=0;whiteSpace=wrap;html=1;fillColor=#f5f5f5;strokeColor=#666666;fontColor=#333333;fontSize=8" parent="1" vertex="1">
-           <mxGeometry x="1899" y="822" width="185" height="55" as="geometry" />
+           <mxGeometry x="1990" y="774" width="185" height="55" as="geometry" />
        </mxCell>
-         <mxCell id="e_ow_hw" value="inject" style="edgeStyle=orthogonalEdgeStyle;rounded=0;html=1;exitX=0;exitY=0.5;exitDx=0;exitDy=0;entryX=1;entryY=0.5;entryDx=0;entryDy=0;fontSize=8;dashed=1;endArrow=open;endFill=0;" parent="1" source="ow_hw" target="as_gpio" edge="1">
+         <mxCell id="e_ow_hw" value="" style="edgeStyle=orthogonalEdgeStyle;rounded=0;html=1;exitX=0;exitY=0.5;exitDx=0;exitDy=0;entryX=1;entryY=0.5;entryDx=0;entryDy=0;dashed=1;endArrow=open;endFill=0;fontFamily=Helvetica;fontSize=11" parent="1" source="ow_hw" target="as_gpio" edge="1">
          <mxGeometry x="-0.1192" relative="1" as="geometry">
            <Array as="points">
-               <mxPoint x="1889" y="942" />
-               <mxPoint x="1869" y="942" />
-               <mxPoint x="1869" y="902" />
+               <mxPoint x="1960" y="890" />
+               <mxPoint x="1960" y="844" />
            </Array>
            <mxPoint as="offset" />
          </mxGeometry>
        </mxCell>
-         <mxCell id="e_ow_con" value="inject" style="edgeStyle=orthogonalEdgeStyle;rounded=0;html=1;entryX=1;entryY=0.5;entryDx=0;entryDy=0;fontSize=8;dashed=1;endArrow=open;endFill=0;" parent="1" source="ow_console" target="as_gpio" edge="1">
+         <mxCell id="e_ow_con" value="" style="edgeStyle=orthogonalEdgeStyle;rounded=0;html=1;entryX=1;entryY=0.5;entryDx=0;entryDy=0;dashed=1;endArrow=open;endFill=0;fontFamily=Helvetica;fontSize=11" parent="1" source="ow_console" target="as_gpio" edge="1">
          <mxGeometry relative="1" as="geometry">
            <Array as="points">
-               <mxPoint x="1869" y="848" />
-               <mxPoint x="1869" y="910" />
-               <mxPoint x="1836" y="910" />
+               <mxPoint x="1960" y="802" />
+               <mxPoint x="1960" y="845" />
+               <mxPoint x="1927" y="845" />
            </Array>
          </mxGeometry>
        </mxCell>
      </root>
    </mxGraphModel>
  </diagram>
</mxfile>
